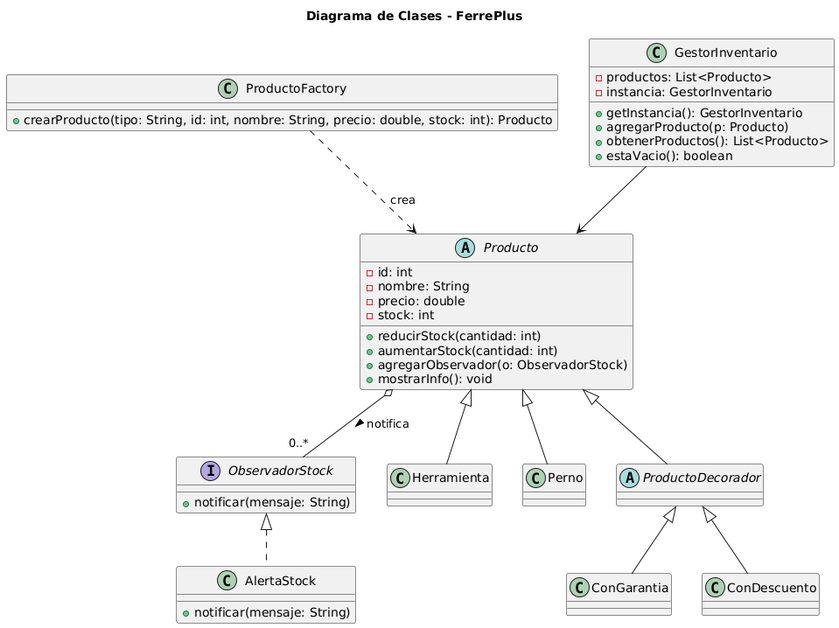
Before: Evaluacion3/img/diagrama_clase.png, a diagram exported from PlantUML (LuchoJoestar/Patrones).
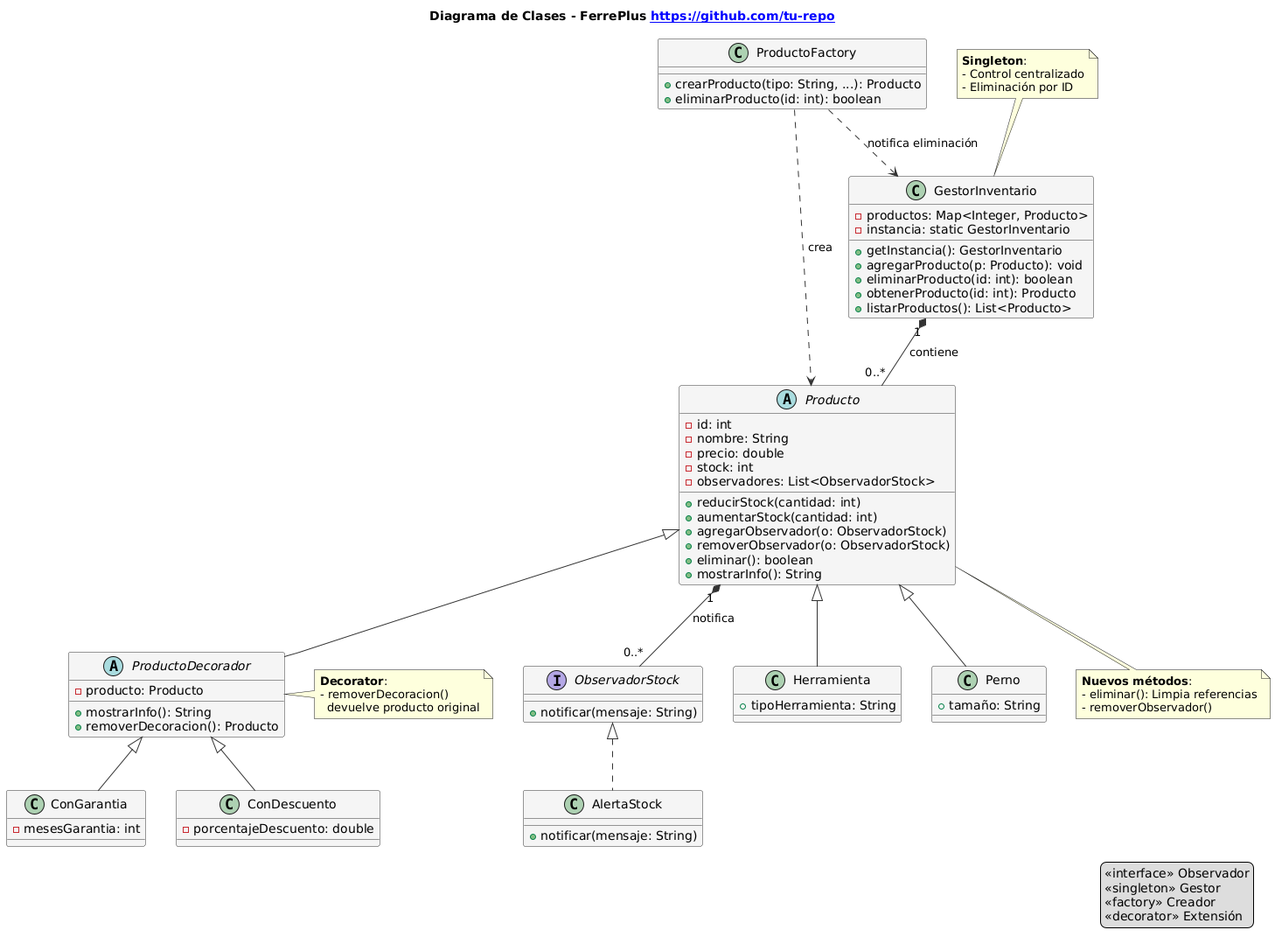
The same diagram one commit later.

Change to the diagram source:
```diff
@@ -1,44 +1,72 @@
 @startuml
-title Diagrama de Clases - FerrePlus
+title **Diagrama de Clases - FerrePlus** [[https://github.com/tu-repo]]
+
+skinparam {
+    classBackgroundColor #F5F5F5
+    classBorderColor #333333
+    interfaceBackgroundColor #E3F2FD
+    interfaceBorderColor #1976D2
+    arrowColor #333333
+}
 
 interface ObservadorStock {
-    +notificar(mensaje: String)
+    + notificar(mensaje: String)
 }
 
 abstract class Producto {
-    -id: int
-    -nombre: String
-    -precio: double
-    -stock: int
-    +reducirStock(cantidad: int)
-    +aumentarStock(cantidad: int)
-    +agregarObservador(o: ObservadorStock)
-    +mostrarInfo(): void
+    - id: int
+    - nombre: String
+    - precio: double
+    - stock: int
+    - observadores: List<ObservadorStock>
+    + reducirStock(cantidad: int)
+    + aumentarStock(cantidad: int)
+    + agregarObservador(o: ObservadorStock)
+    + removerObservador(o: ObservadorStock)
+    + eliminar(): boolean
+    + mostrarInfo(): String
 }
 
-class Herramienta
-class Perno
+class Herramienta {
+    + tipoHerramienta: String
+}
+
+class Perno {
+    + tamaño: String
+}
 
 class ProductoFactory {
-    +crearProducto(tipo: String, id: int, nombre: String, precio: double, stock: int): Producto
+    + crearProducto(tipo: String, ...): Producto
+    + eliminarProducto(id: int): boolean
 }
 
 class GestorInventario {
-    -productos: List<Producto>
-    -instancia: GestorInventario
-    +getInstancia(): GestorInventario
-    +agregarProducto(p: Producto)
-    +obtenerProductos(): List<Producto>
-    +estaVacio(): boolean
+    - productos: Map<Integer, Producto>
+    - instancia: static GestorInventario
+    + getInstancia(): GestorInventario
+    + agregarProducto(p: Producto): void
+    + eliminarProducto(id: int): boolean
+    + obtenerProducto(id: int): Producto
+    + listarProductos(): List<Producto>
 }
 
 class AlertaStock {
-    +notificar(mensaje: String)
+    + notificar(mensaje: String)
 }
 
-abstract class ProductoDecorador
-class ConGarantia
-class ConDescuento
+abstract class ProductoDecorador {
+    - producto: Producto
+    + mostrarInfo(): String
+    + removerDecoracion(): Producto
+}
+
+class ConGarantia {
+    - mesesGarantia: int
+}
+
+class ConDescuento {
+    - porcentajeDescuento: double
+}
 
 Producto <|-- Herramienta
 Producto <|-- Perno
@@ -46,8 +74,34 @@
 ProductoDecorador <|-- ConGarantia
 ProductoDecorador <|-- ConDescuento
 
-ProductoFactory ..> Producto : crea
-GestorInventario --> Producto
-Producto o-- "0..*" ObservadorStock : notifica >
+ProductoFactory ..> Producto : «crea»
+ProductoFactory ..> GestorInventario : «notifica eliminación»
+GestorInventario "1" *-- "0..*" Producto : contiene
+Producto "1" *-- "0..*" ObservadorStock : notifica
 ObservadorStock <|.. AlertaStock
+
+note top of GestorInventario
+  <b>Singleton</b>:
+  - Control centralizado
+  - Eliminación por ID
+end note
+
+note right of ProductoDecorador
+  <b>Decorator</b>:
+  - removerDecoracion()
+    devuelve producto original
+end note
+
+note bottom of Producto
+  <b>Nuevos métodos</b>:
+  - eliminar(): Limpia referencias
+  - removerObservador()
+end note
+
+legend right
+  <<interface>> Observador
+  <<singleton>> Gestor
+  <<factory>> Creador
+  <<decorator>> Extensión
+end legend
 @enduml
```
